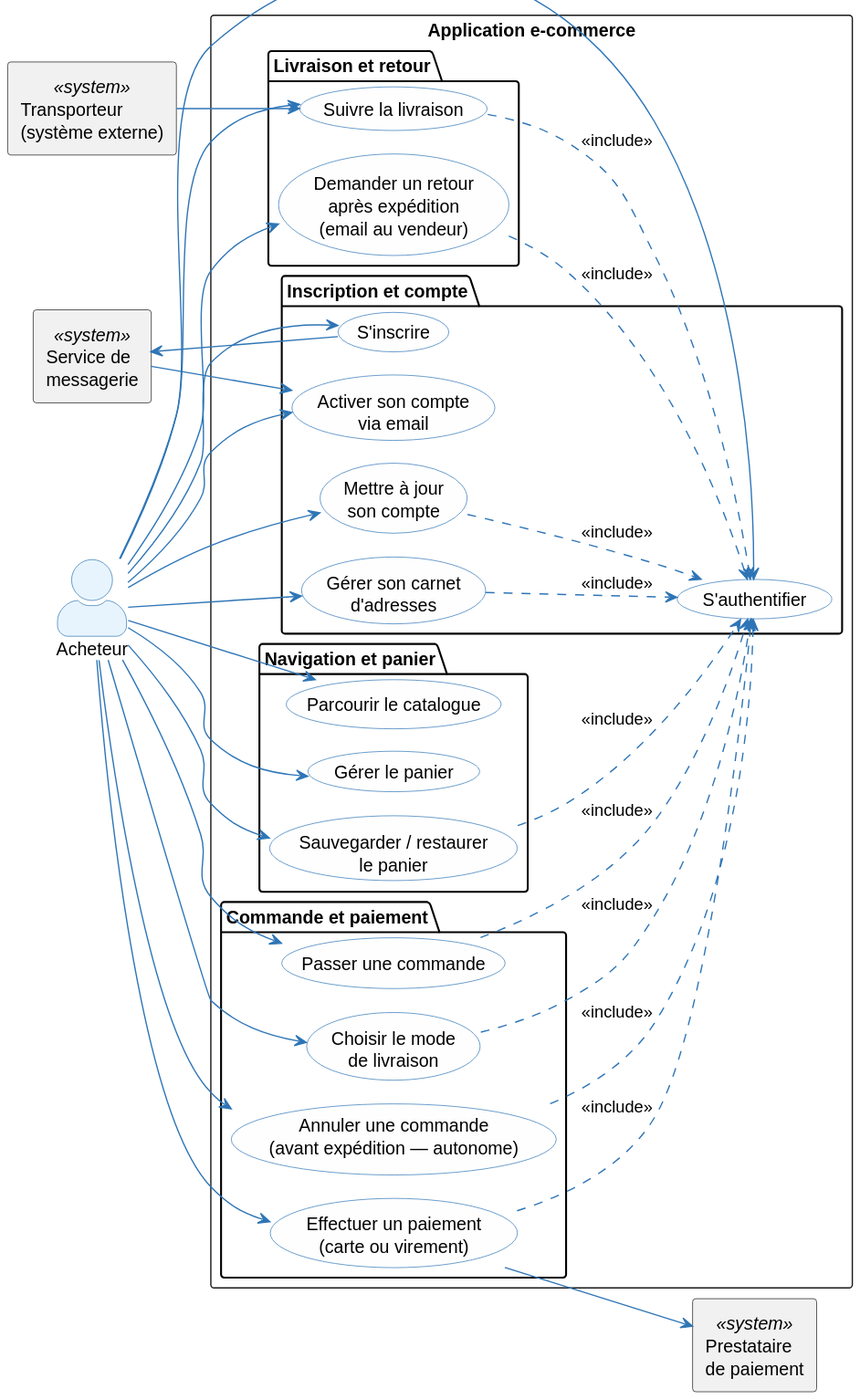
This is architecture/01-operational-analysis/diagrams/oa-uc-buyer.svg from louistalvande/online_shop, a PlantUML export, as it was before one commit.
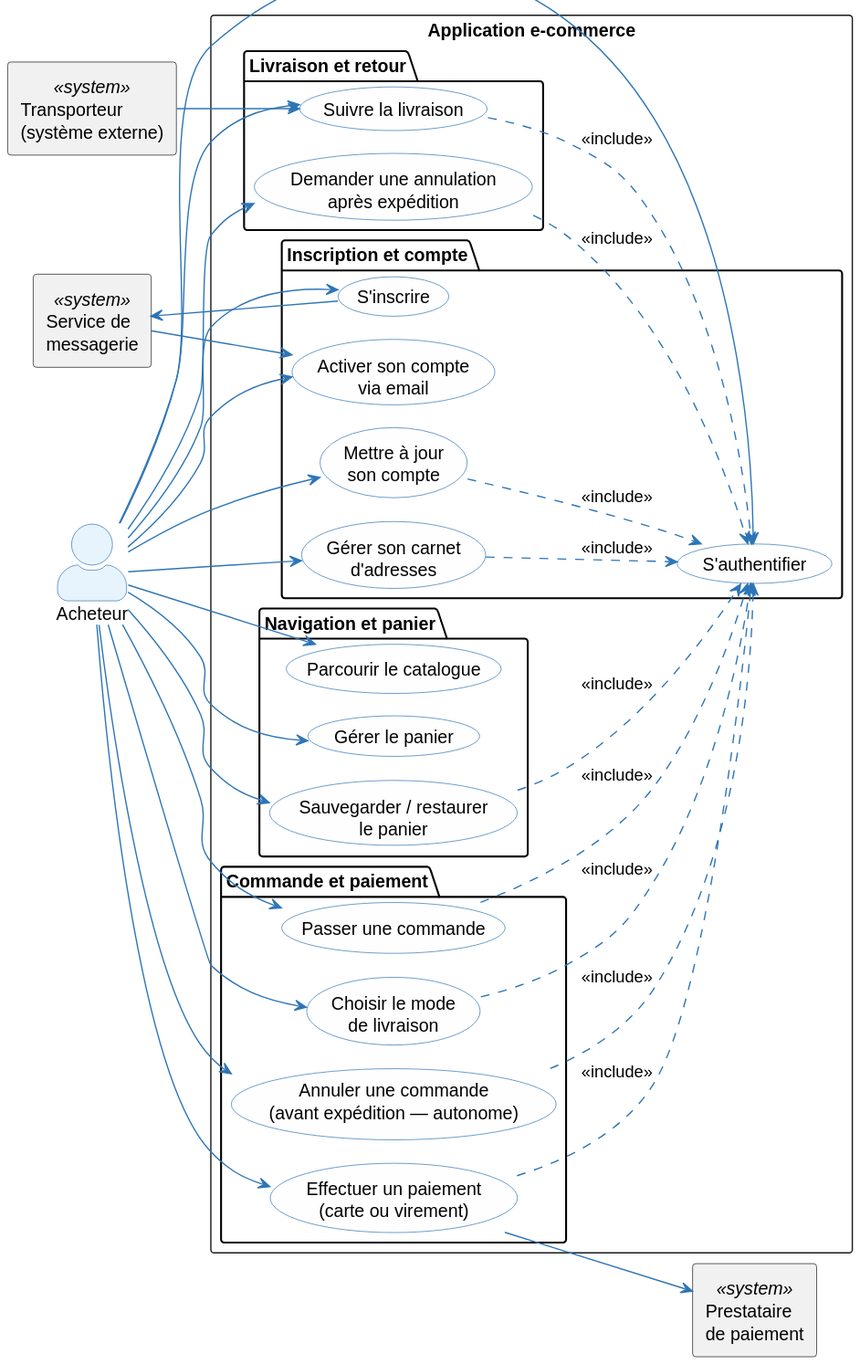
The same file after the commit.

What changed in the source:
```diff
@@ -38,7 +38,7 @@
   }
   package "Livraison et retour" {
     usecase (Suivre la livraison) as UC_B5
-    usecase "Demander un retour\naprès expédition\n(email au vendeur)" as UC_B7
+    usecase (Demander une annulation\naprès expédition) as UC_B7
   }
 }
 
```
